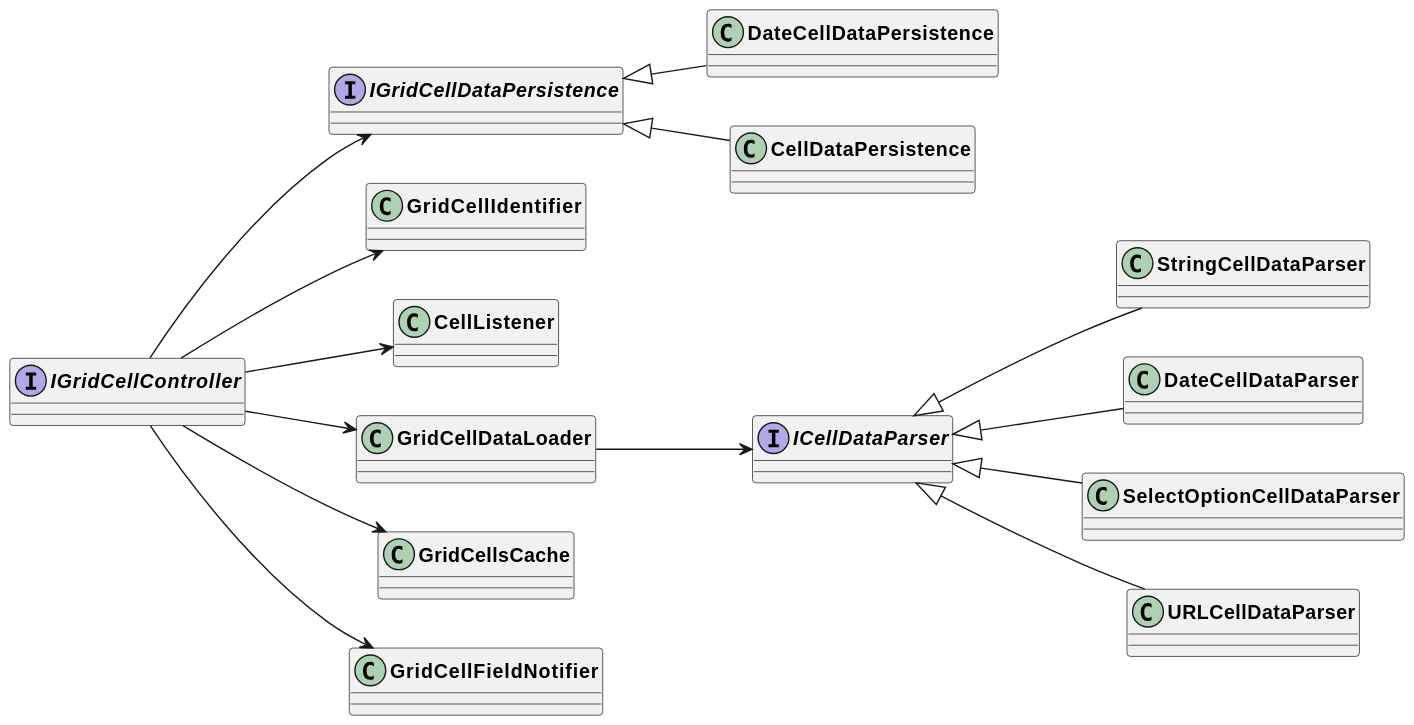
Before: uml/output/Grid_Cell_Controller.svg, a diagram exported from PlantUML (AppFlowy-IO/AppFlowy-Docs).
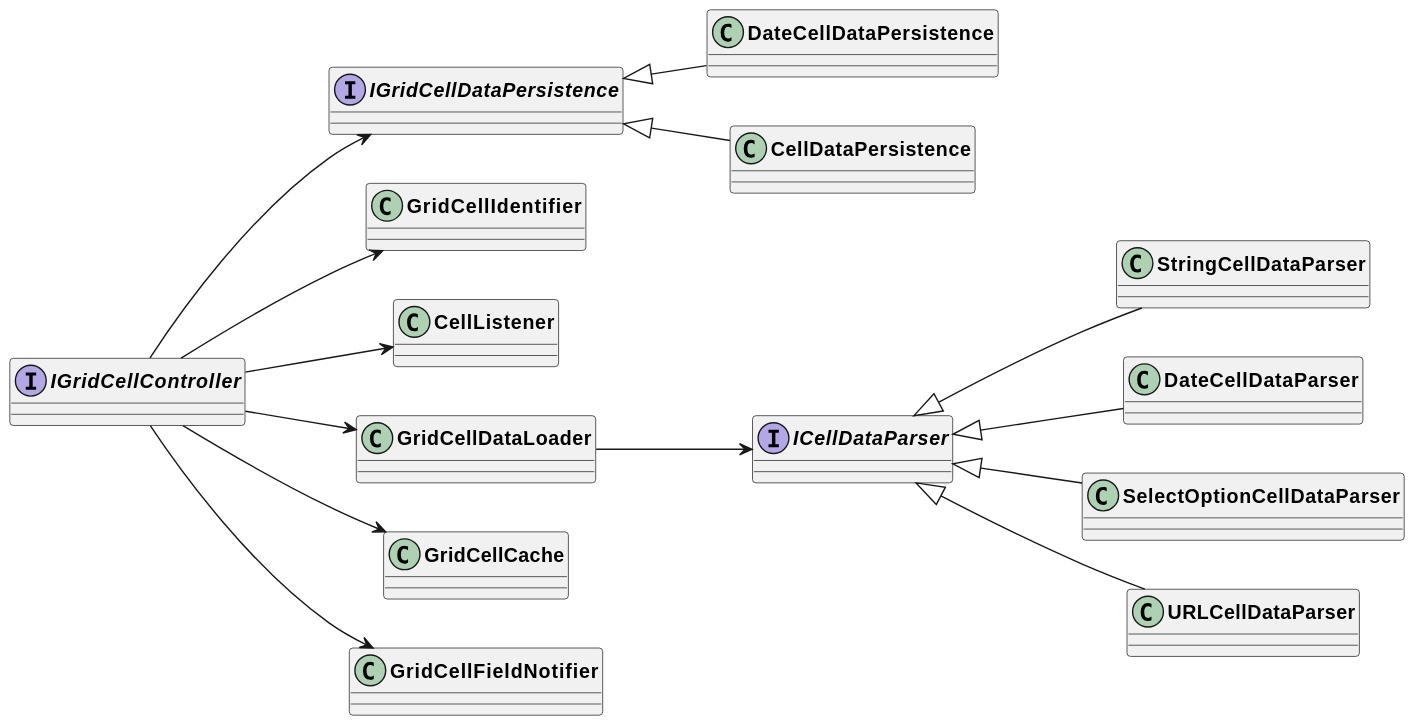
The same diagram one commit later.

Commit message:
chore: update grid field diagrams

The edit, as a diff of the source:
```diff
@@ -19,7 +19,7 @@
 SelectOptionCellDataParser -u-|> ICellDataParser
 URLCellDataParser -u-|> ICellDataParser
 
-IGridCellController --> GridCellsCache
+IGridCellController --> GridCellCache
 
 
 IGridCellController --> IGridCellDataPersistence
```
